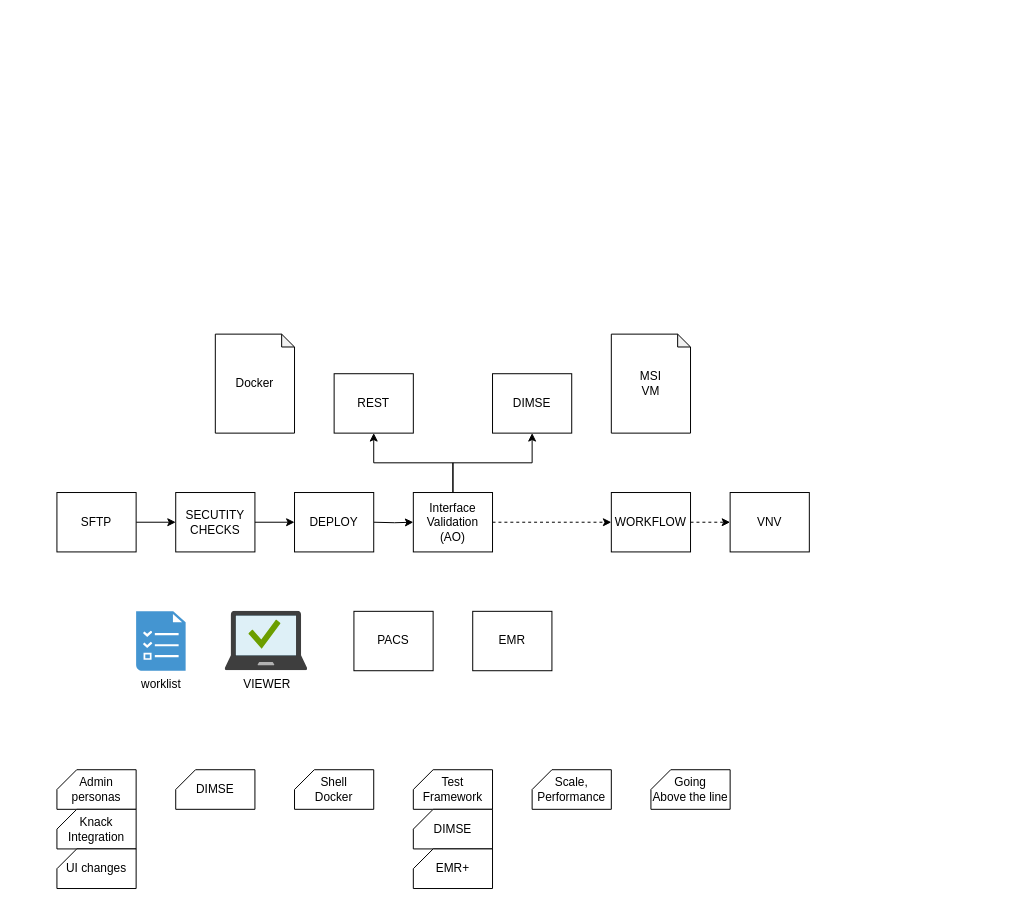
Above: Ecosystem Hub Spoke.drawio in rahoolp/gediagrams (draw.io), before the change. Source tidied: cells renumbered, new cells numbered last; positions are measured from the earlier drawing's top-left corner, leaving out a move shared by most shapes. Both pictures are drawn from the tidied source at 99%, with x=0, y=0 at pixel (56, 334). Pictures stored in the file or linked from it are replaced by grey dashed boxes.
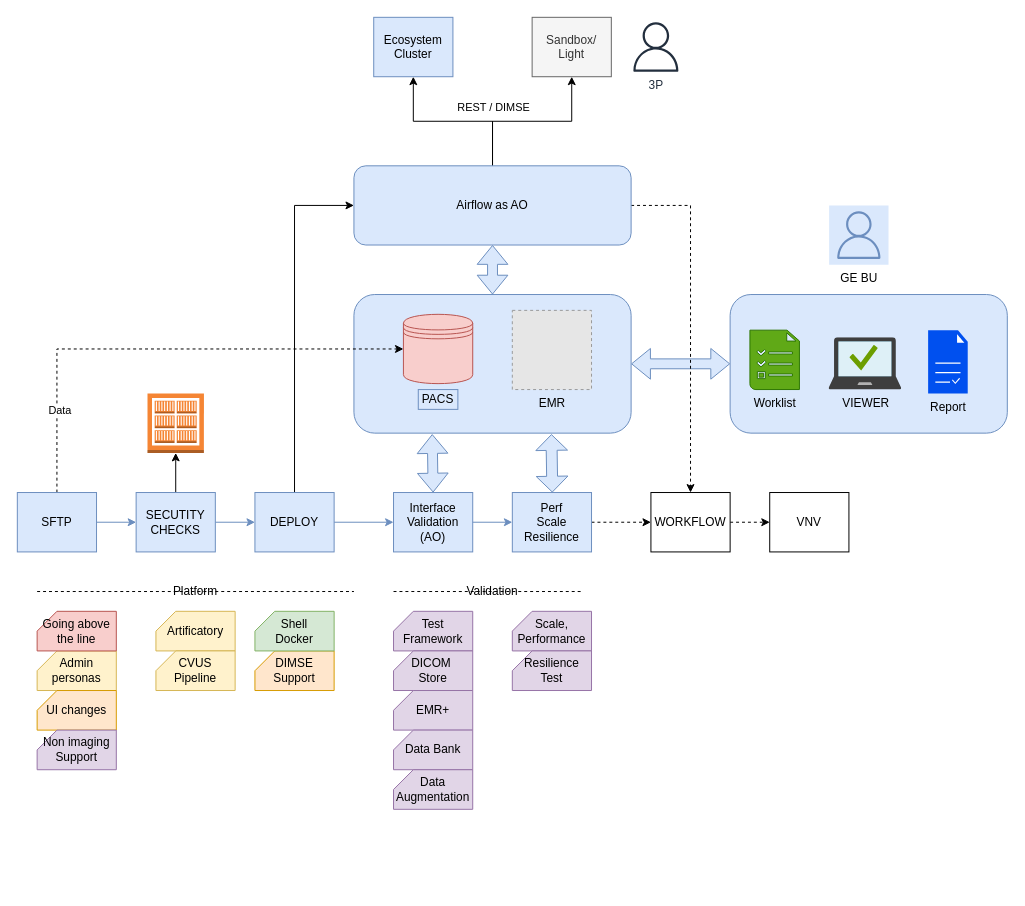
Above is the later version.

What changed in the source:
```diff
@@
+    <mxCell id="33" style="rounded=1;whiteSpace=wrap;html=1;fillColor=#dae8fc;strokeColor=#6c8ebf;" parent="1" vertex="1">
+      <mxGeometry x="680" y="-40" width="280" height="140" as="geometry" />
+    </mxCell>
+    <mxCell id="34" style="rounded=1;whiteSpace=wrap;html=1;fillColor=#dae8fc;strokeColor=#6c8ebf;" parent="1" vertex="1">
+      <mxGeometry x="300" y="-40" width="280" height="140" as="geometry" />
+    </mxCell>
-    <mxCell id="2" style="edgeStyle=orthogonalEdgeStyle;rounded=0;jettySize=auto;html=1;exitX=0.5;exitY=0;exitDx=0;exitDy=0;entryX=0.5;entryY=1;entryDx=0;entryDy=0;" parent="1" edge="1" source="7" target="3">
+    <mxCell id="2" style="edgeStyle=orthogonalEdgeStyle;rounded=0;jettySize=auto;html=1;exitX=0.5;exitY=0;exitDx=0;exitDy=0;entryX=0.5;entryY=1;entryDx=0;entryDy=0;" parent="1" edge="1" source="53" target="3">
       <mxGeometry relative="1" as="geometry" />
     </mxCell>
+    <mxCell id="35" value="REST / DIMSE" style="edgeLabel;html=1;align=center;verticalAlign=middle;fontColor=#000000;" parent="2" vertex="1">
+      <mxGeometry x="-0.29" y="1" relative="1" as="geometry">
+        <mxPoint x="15" y="-16" as="offset" />
+      </mxGeometry>
+    </mxCell>
-    <mxCell id="3" value="REST" style="rounded=0;whiteSpace=wrap;html=1;" parent="1" vertex="1">
-      <mxGeometry x="280" y="40" width="80" height="60" as="geometry" />
+    <mxCell id="3" value="Ecosystem&lt;br&gt;Cluster" style="rounded=0;whiteSpace=wrap;html=1;fillColor=#dae8fc;strokeColor=#6c8ebf;" parent="1" vertex="1">
+      <mxGeometry x="320" y="-320" width="80" height="60" as="geometry" />
     </mxCell>
-    <mxCell id="4" value="DIMSE" style="rounded=0;whiteSpace=wrap;html=1;" parent="1" vertex="1">
-      <mxGeometry x="440" y="40" width="80" height="60" as="geometry" />
+    <mxCell id="4" value="Sandbox/&lt;br&gt;Light" style="rounded=0;whiteSpace=wrap;html=1;fillColor=#f5f5f5;strokeColor=#666666;fontColor=#333333;" parent="1" vertex="1">
+      <mxGeometry x="480" y="-320" width="80" height="60" as="geometry" />
     </mxCell>
-    <mxCell id="5" style="edgeStyle=orthogonalEdgeStyle;rounded=0;jettySize=auto;html=1;entryX=0.5;entryY=1;entryDx=0;entryDy=0;" parent="1" edge="1" source="7" target="4">
+    <mxCell id="5" style="edgeStyle=orthogonalEdgeStyle;rounded=0;jettySize=auto;html=1;entryX=0.5;entryY=1;entryDx=0;entryDy=0;exitX=0.5;exitY=0;exitDx=0;exitDy=0;" parent="1" edge="1" source="53" target="4">
       <mxGeometry relative="1" as="geometry" />
     </mxCell>
-    <mxCell id="6" style="edgeStyle=orthogonalEdgeStyle;rounded=0;jettySize=auto;html=1;dashed=1;" parent="1" edge="1" source="7" target="17">
+    <mxCell id="6" style="edgeStyle=orthogonalEdgeStyle;rounded=0;jettySize=auto;html=1;dashed=1;" parent="1" edge="1" source="46" target="17">
       <mxGeometry relative="1" as="geometry" />
     </mxCell>
-    <mxCell id="7" value="Interface Validation&lt;br&gt;(AO)" style="rounded=0;whiteSpace=wrap;html=1;" parent="1" vertex="1">
-      <mxGeometry x="360" y="160" width="80" height="60" as="geometry" />
+    <mxCell id="7" value="Interface Validation&lt;br&gt;(AO)" style="rounded=0;whiteSpace=wrap;html=1;fillColor=#dae8fc;strokeColor=#6c8ebf;" parent="1" vertex="1">
+      <mxGeometry x="340" y="160" width="80" height="60" as="geometry" />
     </mxCell>
-    <mxCell id="8" style="edgeStyle=orthogonalEdgeStyle;rounded=0;jettySize=auto;html=1;" parent="1" edge="1" source="9" target="14">
+    <mxCell id="8" style="edgeStyle=orthogonalEdgeStyle;rounded=0;jettySize=auto;html=1;fillColor=#dae8fc;strokeColor=#6c8ebf;" parent="1" edge="1" source="9" target="14">
       <mxGeometry relative="1" as="geometry" />
     </mxCell>
+    <mxCell id="36" style="edgeStyle=orthogonalEdgeStyle;rounded=0;jettySize=auto;html=1;dashed=1;fontColor=#000000;entryX=0;entryY=0.5;entryDx=0;entryDy=0;" parent="1" edge="1" source="9" target="49">
+      <mxGeometry relative="1" as="geometry">
+        <Array as="points">
+          <mxPoint y="15" />
+        </Array>
+      </mxGeometry>
+    </mxCell>
+    <mxCell id="37" value="Data" style="edgeLabel;html=1;align=center;verticalAlign=middle;fontColor=#000000;" parent="36" vertex="1">
+      <mxGeometry x="-0.66" y="-2" relative="1" as="geometry" />
+    </mxCell>
-    <mxCell id="9" value="SFTP" style="rounded=0;whiteSpace=wrap;html=1;" parent="1" vertex="1">
-      <mxGeometry y="160" width="80" height="60" as="geometry" />
+    <mxCell id="9" value="SFTP" style="rounded=0;whiteSpace=wrap;html=1;fillColor=#dae8fc;strokeColor=#6c8ebf;" parent="1" vertex="1">
+      <mxGeometry x="-40" y="160" width="80" height="60" as="geometry" />
     </mxCell>
-    <mxCell id="10" value="MSI&lt;br&gt;VM" style="shape=note;whiteSpace=wrap;html=1;backgroundOutline=1;darkOpacity=0.05;size=13;" parent="1" vertex="1">
-      <mxGeometry x="560" width="80" height="100" as="geometry" />
-    </mxCell>
-    <mxCell id="11" value="Docker" style="shape=note;whiteSpace=wrap;html=1;backgroundOutline=1;darkOpacity=0.05;size=13;" parent="1" vertex="1">
-      <mxGeometry x="160" width="80" height="100" as="geometry" />
-    </mxCell>
-    <mxCell id="12" style="edgeStyle=orthogonalEdgeStyle;rounded=0;jettySize=auto;html=1;" parent="1" edge="1" target="7">
-      <mxGeometry relative="1" as="geometry">
-        <mxPoint x="320" y="190" as="sourcePoint" />
-      </mxGeometry>
+    <mxCell id="12" style="edgeStyle=orthogonalEdgeStyle;rounded=0;jettySize=auto;html=1;fillColor=#dae8fc;strokeColor=#6c8ebf;exitX=1;exitY=0.5;exitDx=0;exitDy=0;" parent="1" edge="1" source="15" target="7">
+      <mxGeometry relative="1" as="geometry" />
     </mxCell>
-    <mxCell id="13" style="edgeStyle=orthogonalEdgeStyle;rounded=0;jettySize=auto;html=1;" parent="1" edge="1" source="14" target="15">
+    <mxCell id="13" style="edgeStyle=orthogonalEdgeStyle;rounded=0;jettySize=auto;html=1;fillColor=#dae8fc;strokeColor=#6c8ebf;" parent="1" edge="1" source="14" target="15">
       <mxGeometry relative="1" as="geometry" />
     </mxCell>
+    <mxCell id="38" style="edgeStyle=orthogonalEdgeStyle;rounded=0;jettySize=auto;html=1;" parent="1" edge="1" source="14" target="48">
+      <mxGeometry relative="1" as="geometry" />
+    </mxCell>
-    <mxCell id="14" value="SECUTITY&lt;br&gt;CHECKS" style="rounded=0;whiteSpace=wrap;html=1;" parent="1" vertex="1">
-      <mxGeometry x="120" y="160" width="80" height="60" as="geometry" />
+    <mxCell id="14" value="SECUTITY&lt;br&gt;CHECKS" style="rounded=0;whiteSpace=wrap;html=1;fillColor=#dae8fc;strokeColor=#6c8ebf;" parent="1" vertex="1">
+      <mxGeometry x="80" y="160" width="80" height="60" as="geometry" />
     </mxCell>
+    <mxCell id="39" style="edgeStyle=orthogonalEdgeStyle;rounded=0;jettySize=auto;html=1;fontColor=#000000;entryX=0;entryY=0.5;entryDx=0;entryDy=0;exitX=0.5;exitY=0;exitDx=0;exitDy=0;" parent="1" edge="1" source="15" target="53">
+      <mxGeometry relative="1" as="geometry" />
+    </mxCell>
-    <mxCell id="15" value="DEPLOY" style="rounded=0;whiteSpace=wrap;html=1;" parent="1" vertex="1">
-      <mxGeometry x="240" y="160" width="80" height="60" as="geometry" />
+    <mxCell id="15" value="DEPLOY" style="rounded=0;whiteSpace=wrap;html=1;fillColor=#dae8fc;strokeColor=#6c8ebf;" parent="1" vertex="1">
+      <mxGeometry x="200" y="160" width="80" height="60" as="geometry" />
     </mxCell>
@@
     <mxCell id="17" value="WORKFLOW" style="rounded=0;whiteSpace=wrap;html=1;" parent="1" vertex="1">
-      <mxGeometry x="560" y="160" width="80" height="60" as="geometry" />
+      <mxGeometry x="600" y="160" width="80" height="60" as="geometry" />
     </mxCell>
     <mxCell id="18" value="VNV" style="rounded=0;whiteSpace=wrap;html=1;" parent="1" vertex="1">
-      <mxGeometry x="680" y="160" width="80" height="60" as="geometry" />
+      <mxGeometry x="720" y="160" width="80" height="60" as="geometry" />
     </mxCell>
-    <mxCell id="19" value="EMR" style="rounded=0;whiteSpace=wrap;html=1;" parent="1" vertex="1">
-      <mxGeometry x="420" y="280" width="80" height="60" as="geometry" />
-    </mxCell>
-    <mxCell id="20" value="PACS" style="rounded=0;whiteSpace=wrap;html=1;" parent="1" vertex="1">
-      <mxGeometry x="300" y="280" width="80" height="60" as="geometry" />
-    </mxCell>
-    <mxCell id="21" value="VIEWER" style="html=1;align=center;image;fontSize=12;image=img/lib/mscae/Managed_Desktop.svg;" parent="1" vertex="1">
-      <mxGeometry x="170" y="280" width="83.3" height="60" as="geometry" />
+    <mxCell id="21" value="VIEWER" style="html=1;align=center;image;fontSize=12;image=img/lib/mscae/Managed_Desktop.svg;fillColor=#dae8fc;strokeColor=#6c8ebf;labelBackgroundColor=none;" parent="1" vertex="1">
+      <mxGeometry x="780" y="3.6" width="73.3" height="52.8" as="geometry" />
     </mxCell>
-    <mxCell id="22" value="worklist" style="shadow=0;dashed=0;html=1;strokeColor=none;fillColor=#4495D1;labelPosition=center;verticalLabelPosition=bottom;verticalAlign=top;align=center;shape=mxgraph.veeam.tasks;" parent="1" vertex="1">
-      <mxGeometry x="80" y="280" width="50" height="60" as="geometry" />
+    <mxCell id="22" value="Worklist" style="shadow=0;dashed=0;html=1;strokeColor=#2D7600;fillColor=#60a917;labelPosition=center;verticalLabelPosition=bottom;verticalAlign=top;align=center;shape=mxgraph.veeam.tasks;" parent="1" vertex="1">
+      <mxGeometry x="700" y="-4" width="50" height="60" as="geometry" />
     </mxCell>
-    <mxCell id="23" value="Admin personas" style="shape=card;whiteSpace=wrap;html=1;size=20;" parent="1" vertex="1">
-      <mxGeometry y="440" width="80" height="40" as="geometry" />
+    <mxCell id="23" value="Admin personas" style="shape=card;whiteSpace=wrap;html=1;size=20;fillColor=#fff2cc;strokeColor=#d6b656;" parent="1" vertex="1">
+      <mxGeometry x="-20" y="320" width="80" height="40" as="geometry" />
     </mxCell>
-    <mxCell id="24" value="Knack&lt;br&gt;Integration" style="shape=card;whiteSpace=wrap;html=1;size=20;" parent="1" vertex="1">
-      <mxGeometry y="480" width="80" height="40" as="geometry" />
-    </mxCell>
-    <mxCell id="25" value="UI changes" style="shape=card;whiteSpace=wrap;html=1;size=20;" parent="1" vertex="1">
-      <mxGeometry y="520" width="80" height="40" as="geometry" />
+    <mxCell id="25" value="UI changes" style="shape=card;whiteSpace=wrap;html=1;size=20;fillColor=#ffe6cc;strokeColor=#d79b00;" parent="1" vertex="1">
+      <mxGeometry x="-20" y="360" width="80" height="40" as="geometry" />
     </mxCell>
-    <mxCell id="26" value="DIMSE" style="shape=card;whiteSpace=wrap;html=1;size=20;" parent="1" vertex="1">
-      <mxGeometry x="120" y="440" width="80" height="40" as="geometry" />
+    <mxCell id="26" value="DIMSE&lt;br&gt;Support" style="shape=card;whiteSpace=wrap;html=1;size=20;fillColor=#ffe6cc;strokeColor=#d79b00;" parent="1" vertex="1">
+      <mxGeometry x="200" y="320" width="80" height="40" as="geometry" />
     </mxCell>
-    <mxCell id="27" value="Shell &lt;br&gt;Docker" style="shape=card;whiteSpace=wrap;html=1;size=20;" parent="1" vertex="1">
-      <mxGeometry x="240" y="440" width="80" height="40" as="geometry" />
+    <mxCell id="27" value="Shell &lt;br&gt;Docker" style="shape=card;whiteSpace=wrap;html=1;size=20;fillColor=#d5e8d4;strokeColor=#82b366;" parent="1" vertex="1">
+      <mxGeometry x="200" y="280" width="80" height="40" as="geometry" />
     </mxCell>
-    <mxCell id="28" value="Test Framework" style="shape=card;whiteSpace=wrap;html=1;size=20;" parent="1" vertex="1">
-      <mxGeometry x="360" y="440" width="80" height="40" as="geometry" />
+    <mxCell id="28" value="Test Framework" style="shape=card;whiteSpace=wrap;html=1;size=20;fillColor=#e1d5e7;strokeColor=#9673a6;" parent="1" vertex="1">
+      <mxGeometry x="340" y="280" width="80" height="40" as="geometry" />
     </mxCell>
-    <mxCell id="29" value="Going &lt;br&gt;Above the line" style="shape=card;whiteSpace=wrap;html=1;size=20;" parent="1" vertex="1">
-      <mxGeometry x="600" y="440" width="80" height="40" as="geometry" />
-    </mxCell>
-    <mxCell id="30" value="DIMSE" style="shape=card;whiteSpace=wrap;html=1;size=20;" parent="1" vertex="1">
-      <mxGeometry x="360" y="480" width="80" height="40" as="geometry" />
+    <mxCell id="30" value="DICOM&amp;nbsp;&lt;br&gt;Store" style="shape=card;whiteSpace=wrap;html=1;size=20;fillColor=#e1d5e7;strokeColor=#9673a6;" parent="1" vertex="1">
+      <mxGeometry x="340" y="320" width="80" height="40" as="geometry" />
     </mxCell>
-    <mxCell id="31" value="EMR+" style="shape=card;whiteSpace=wrap;html=1;size=20;" parent="1" vertex="1">
-      <mxGeometry x="360" y="520" width="80" height="40" as="geometry" />
+    <mxCell id="31" value="EMR+" style="shape=card;whiteSpace=wrap;html=1;size=20;fillColor=#e1d5e7;strokeColor=#9673a6;" parent="1" vertex="1">
+      <mxGeometry x="340" y="360" width="80" height="40" as="geometry" />
     </mxCell>
-    <mxCell id="32" value="Scale,&lt;br&gt;Performance" style="shape=card;whiteSpace=wrap;html=1;size=20;" parent="1" vertex="1">
-      <mxGeometry x="480" y="440" width="80" height="40" as="geometry" />
+    <mxCell id="32" value="Scale,&lt;br&gt;Performance" style="shape=card;whiteSpace=wrap;html=1;size=20;fillColor=#e1d5e7;strokeColor=#9673a6;" parent="1" vertex="1">
+      <mxGeometry x="460" y="280" width="80" height="40" as="geometry" />
     </mxCell>
+    <mxCell id="40" value="Going above the line" style="shape=card;whiteSpace=wrap;html=1;size=20;fillColor=#f8cecc;strokeColor=#b85450;" parent="1" vertex="1">
+      <mxGeometry x="-20" y="280" width="80" height="40" as="geometry" />
+    </mxCell>
+    <mxCell id="41" value="Artificatory" style="shape=card;whiteSpace=wrap;html=1;size=20;fillColor=#fff2cc;strokeColor=#d6b656;" parent="1" vertex="1">
+      <mxGeometry x="100" y="280" width="80" height="40" as="geometry" />
+    </mxCell>
+    <mxCell id="42" value="CVUS Pipeline" style="shape=card;whiteSpace=wrap;html=1;size=20;fillColor=#fff2cc;strokeColor=#d6b656;" parent="1" vertex="1">
+      <mxGeometry x="100" y="320" width="80" height="40" as="geometry" />
+    </mxCell>
+    <mxCell id="43" value="Data Bank" style="shape=card;whiteSpace=wrap;html=1;size=20;fillColor=#e1d5e7;strokeColor=#9673a6;" parent="1" vertex="1">
+      <mxGeometry x="340" y="400" width="80" height="40" as="geometry" />
+    </mxCell>
+    <mxCell id="44" value="Data Augmentation" style="shape=card;whiteSpace=wrap;html=1;size=20;fillColor=#e1d5e7;strokeColor=#9673a6;" parent="1" vertex="1">
+      <mxGeometry x="340" y="440" width="80" height="40" as="geometry" />
+    </mxCell>
+    <mxCell id="45" value="Resilience Test" style="shape=card;whiteSpace=wrap;html=1;size=20;fillColor=#e1d5e7;strokeColor=#9673a6;" parent="1" vertex="1">
+      <mxGeometry x="460" y="320" width="80" height="40" as="geometry" />
+    </mxCell>
+    <mxCell id="46" value="Perf&lt;br&gt;Scale&lt;br&gt;Resilience" style="rounded=0;whiteSpace=wrap;html=1;fillColor=#dae8fc;strokeColor=#6c8ebf;" parent="1" vertex="1">
+      <mxGeometry x="460" y="160" width="80" height="60" as="geometry" />
+    </mxCell>
+    <mxCell id="47" style="edgeStyle=orthogonalEdgeStyle;rounded=0;jettySize=auto;html=1;fillColor=#dae8fc;strokeColor=#6c8ebf;" parent="1" edge="1" source="7" target="46">
+      <mxGeometry relative="1" as="geometry" />
+    </mxCell>
+    <mxCell id="48" style="outlineConnect=0;dashed=0;verticalLabelPosition=bottom;verticalAlign=top;align=center;html=1;shape=mxgraph.aws3.ecr_registry;fillColor=#F58534;gradientColor=none;" parent="1" vertex="1">
+      <mxGeometry x="91.5" y="60" width="57" height="60" as="geometry" />
+    </mxCell>
+    <mxCell id="49" style="shape=datastore;whiteSpace=wrap;html=1;fillColor=#f8cecc;strokeColor=#b85450;" parent="1" vertex="1">
+      <mxGeometry x="350" y="-20" width="70" height="70" as="geometry" />
+    </mxCell>
+    <mxCell id="19" value="EMR" style="fillColor=#E6E6E6;strokeColor=#999999;dashed=1;html=1;verticalAlign=top;verticalLabelPosition=bottom;labelBackgroundColor=none;" parent="1" vertex="1">
+      <mxGeometry x="460" y="-24" width="80" height="80" as="geometry" />
+    </mxCell>
+    <mxCell id="20" value="PACS" style="text;html=1;strokeColor=#6c8ebf;fillColor=#dae8fc;align=center;verticalAlign=middle;whiteSpace=wrap;rounded=0;" parent="1" vertex="1">
+      <mxGeometry x="365" y="56" width="40" height="20" as="geometry" />
+    </mxCell>
+    <mxCell id="50" value="Report" style="shadow=0;dashed=0;html=1;strokeColor=#001DBC;fillColor=#0050ef;labelPosition=center;verticalLabelPosition=bottom;verticalAlign=top;align=center;shape=mxgraph.veeam2.report;" parent="1" vertex="1">
+      <mxGeometry x="880" y="-4" width="40" height="64" as="geometry" />
+    </mxCell>
+    <mxCell id="51" style="shape=flexArrow;endArrow=classic;startArrow=classic;html=1;exitX=1;exitY=0.5;exitDx=0;exitDy=0;entryX=0;entryY=0.5;entryDx=0;entryDy=0;fillColor=#dae8fc;strokeColor=#6c8ebf;" parent="1" edge="1" source="34" target="33">
+      <mxGeometry relative="1" as="geometry" />
+    </mxCell>
+    <mxCell id="52" style="edgeStyle=orthogonalEdgeStyle;rounded=0;jettySize=auto;html=1;fontColor=#000000;entryX=0.5;entryY=0;entryDx=0;entryDy=0;dashed=1;" parent="1" edge="1" source="53" target="17">
+      <mxGeometry relative="1" as="geometry" />
+    </mxCell>
+    <mxCell id="53" value="Airflow as AO" style="rounded=1;whiteSpace=wrap;html=1;fillColor=#dae8fc;strokeColor=#6c8ebf;" parent="1" vertex="1">
+      <mxGeometry x="300" y="-170" width="280" height="80" as="geometry" />
+    </mxCell>
+    <mxCell id="54" style="shape=flexArrow;endArrow=classic;startArrow=classic;html=1;exitX=0.354;exitY=1.007;exitDx=0;exitDy=0;entryX=0.5;entryY=0;entryDx=0;entryDy=0;fillColor=#dae8fc;strokeColor=#6c8ebf;exitPerimeter=0;" parent="1" edge="1" target="7">
+      <mxGeometry relative="1" as="geometry">
+        <mxPoint x="379.1" y="101" as="sourcePoint" />
+      </mxGeometry>
+    </mxCell>
+    <mxCell id="55" style="shape=flexArrow;endArrow=classic;startArrow=classic;html=1;exitX=0.354;exitY=1.007;exitDx=0;exitDy=0;entryX=0.5;entryY=0;entryDx=0;entryDy=0;fillColor=#dae8fc;strokeColor=#6c8ebf;exitPerimeter=0;width=11;startSize=4.97;endSize=4.97;" parent="1" edge="1">
+      <mxGeometry relative="1" as="geometry">
+        <mxPoint x="499.5" y="101" as="sourcePoint" />
+        <mxPoint x="500.4" y="160" as="targetPoint" />
+      </mxGeometry>
+    </mxCell>
+    <mxCell id="56" style="shape=flexArrow;endArrow=classic;startArrow=classic;html=1;exitX=0.5;exitY=1;exitDx=0;exitDy=0;entryX=0.5;entryY=0;entryDx=0;entryDy=0;fillColor=#dae8fc;strokeColor=#6c8ebf;" parent="1" edge="1" source="53" target="34">
+      <mxGeometry relative="1" as="geometry" />
+    </mxCell>
+    <mxCell id="57" value="3P" style="fontColor=#232F3E;gradientColor=none;fillColor=#232F3E;strokeColor=none;dashed=0;verticalLabelPosition=bottom;verticalAlign=top;align=center;html=1;fontSize=12;fontStyle=0;shape=mxgraph.aws4.user;labelBackgroundColor=none;" parent="1" vertex="1">
+      <mxGeometry x="580" y="-315" width="50" height="50" as="geometry" />
+    </mxCell>
+    <mxCell id="58" value="GE BU" style="strokeColor=#6c8ebf;fillColor=#dae8fc;dashed=0;verticalLabelPosition=bottom;verticalAlign=top;align=center;html=1;fontSize=12;fontStyle=0;shape=mxgraph.aws4.resourceIcon;resIcon=mxgraph.aws4.user;labelBackgroundColor=none;" parent="1" vertex="1">
+      <mxGeometry x="780" y="-130" width="60" height="60" as="geometry" />
+    </mxCell>
+    <mxCell id="59" value="Non imaging&lt;br&gt;Support" style="shape=card;whiteSpace=wrap;html=1;size=20;fillColor=#e1d5e7;strokeColor=#9673a6;" parent="1" vertex="1">
+      <mxGeometry x="-20" y="400" width="80" height="40" as="geometry" />
+    </mxCell>
+    <mxCell id="60" value="Platform" style="text;html=1;strokeColor=none;fillColor=none;align=center;verticalAlign=middle;whiteSpace=wrap;rounded=0;labelBackgroundColor=none;fontColor=#000000;" parent="1" vertex="1">
+      <mxGeometry x="120" y="250" width="40" height="20" as="geometry" />
+    </mxCell>
+    <mxCell id="61" value="Validation" style="text;html=1;strokeColor=none;fillColor=none;align=center;verticalAlign=middle;whiteSpace=wrap;rounded=0;labelBackgroundColor=none;fontColor=#000000;" parent="1" vertex="1">
+      <mxGeometry x="420" y="250" width="40" height="20" as="geometry" />
+    </mxCell>
+    <mxCell id="62" style="endArrow=none;dashed=1;html=1;fontColor=#000000;" parent="1" edge="1">
+      <mxGeometry relative="1" as="geometry">
+        <mxPoint x="340" y="260" as="sourcePoint" />
+        <mxPoint x="530" y="260" as="targetPoint" />
+      </mxGeometry>
+    </mxCell>
+    <mxCell id="63" style="endArrow=none;dashed=1;html=1;fontColor=#000000;" parent="1" edge="1">
+      <mxGeometry relative="1" as="geometry">
+        <mxPoint x="-20" y="260" as="sourcePoint" />
+        <mxPoint x="300" y="260" as="targetPoint" />
+      </mxGeometry>
+    </mxCell>
```
